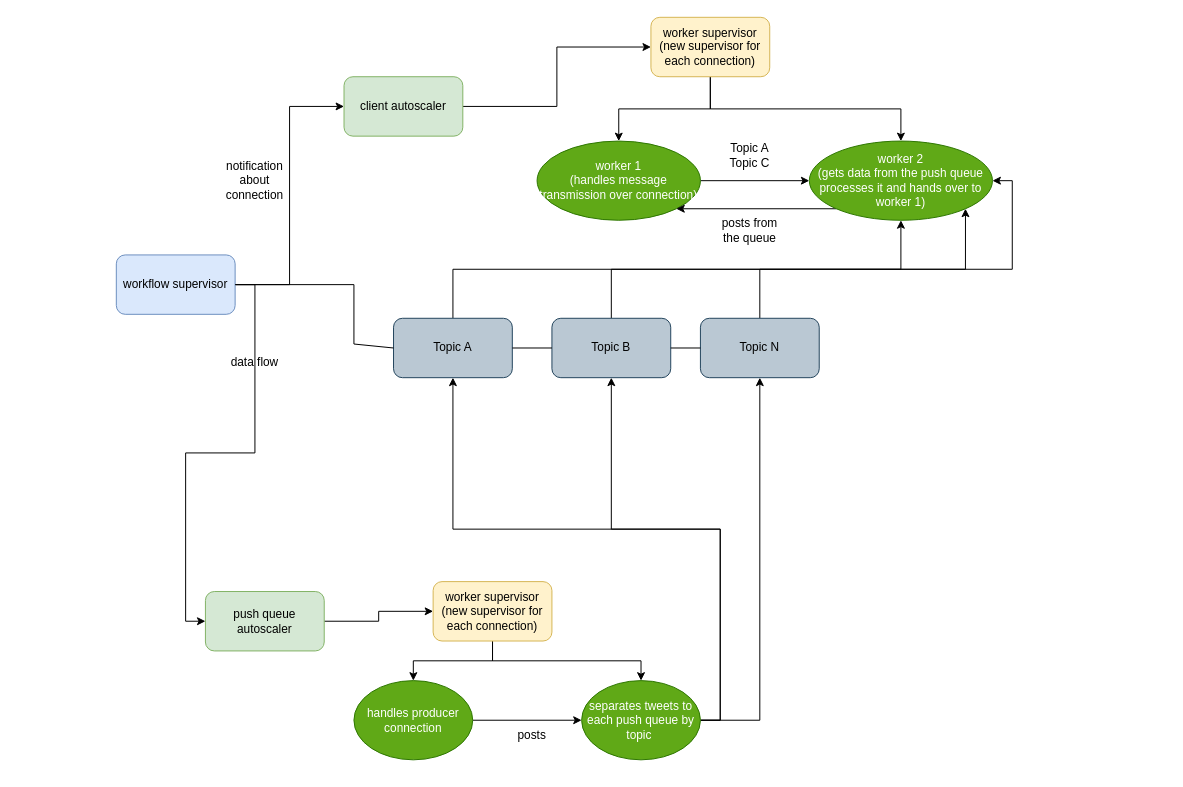
Earlier version of the draw.io diagram page "worker flow" (3 of 3) of Untitled Diagram.drawio (sandufurdui/Learn-Scala). Source tidied: cells renumbered, new cells numbered last; positions are measured from the earlier drawing's top-left corner, leaving out a move shared by most shapes. Both pictures are drawn from the tidied source at 99%, with x=0, y=0 at pixel (116, 17).
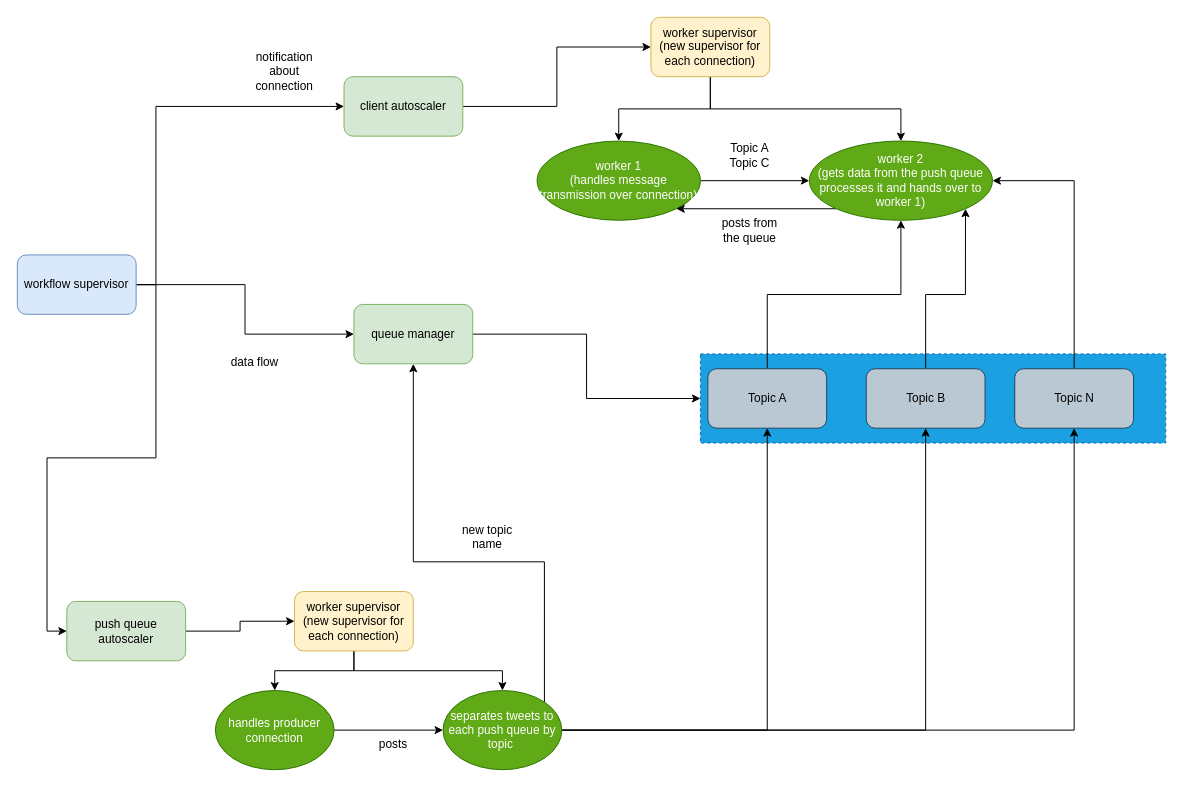
The same page after the edit.

Unchanged cells that the change refers to:
```xml
<mxCell id="7" value="client autoscaler" style="rounded=1;whiteSpace=wrap;html=1;fillColor=#d5e8d4;strokeColor=#82b366;" parent="1" vertex="1">
  <mxGeometry x="230" y="60" width="120" height="60" as="geometry" />
</mxCell>
```

Diff of the diagram source:
```diff
@@
+    <mxCell id="39" style="rounded=0;whiteSpace=wrap;html=1;fillColor=#1ba1e2;strokeColor=#006EAF;dashed=1;fontColor=#ffffff;" parent="1" vertex="1">
+      <mxGeometry x="590" y="340" width="470" height="90" as="geometry" />
+    </mxCell>
@@
     <mxCell id="12" value="push queue autoscaler" style="rounded=1;whiteSpace=wrap;html=1;fillColor=#d5e8d4;strokeColor=#82b366;" parent="1" vertex="1">
-      <mxGeometry x="90" y="580" width="120" height="60" as="geometry" />
+      <mxGeometry x="-50" y="590" width="120" height="60" as="geometry" />
     </mxCell>
@@
     <mxCell id="15" value="worker supervisor&lt;br&gt;(new supervisor for each connection)" style="rounded=1;whiteSpace=wrap;html=1;fillColor=#fff2cc;strokeColor=#d6b656;" parent="1" vertex="1">
-      <mxGeometry x="320" y="570" width="120" height="60" as="geometry" />
+      <mxGeometry x="180" y="580" width="120" height="60" as="geometry" />
     </mxCell>
@@
     <mxCell id="17" value="handles producer connection" style="ellipse;whiteSpace=wrap;html=1;fillColor=#60a917;fontColor=#ffffff;strokeColor=#2D7600;" parent="1" vertex="1">
-      <mxGeometry x="240" y="670" width="120" height="80" as="geometry" />
+      <mxGeometry x="100" y="680" width="120" height="80" as="geometry" />
     </mxCell>
@@
+    <mxCell id="40" style="edgeStyle=orthogonalEdgeStyle;rounded=0;jettySize=auto;html=1;exitX=1;exitY=0;exitDx=0;exitDy=0;entryX=0.5;entryY=1;entryDx=0;entryDy=0;" parent="1" edge="1" source="21" target="43">
+      <mxGeometry relative="1" as="geometry">
+        <Array as="points">
+          <mxPoint x="432" y="550" />
+          <mxPoint x="300" y="550" />
+        </Array>
+      </mxGeometry>
+    </mxCell>
     <mxCell id="21" value="separates tweets to each push queue by topic&amp;nbsp;" style="ellipse;whiteSpace=wrap;html=1;fillColor=#60a917;fontColor=#ffffff;strokeColor=#2D7600;" parent="1" vertex="1">
-      <mxGeometry x="470" y="670" width="120" height="80" as="geometry" />
+      <mxGeometry x="330" y="680" width="120" height="80" as="geometry" />
     </mxCell>
     <mxCell id="22" style="edgeStyle=orthogonalEdgeStyle;rounded=0;jettySize=auto;html=1;exitX=1;exitY=0.5;exitDx=0;exitDy=0;entryX=0;entryY=0.5;entryDx=0;entryDy=0;" parent="1" edge="1" source="24" target="7">
-      <mxGeometry relative="1" as="geometry" />
+      <mxGeometry relative="1" as="geometry">
+        <Array as="points">
+          <mxPoint x="40" y="270" />
+          <mxPoint x="40" y="90" />
+        </Array>
+      </mxGeometry>
     </mxCell>
@@
+    <mxCell id="41" style="edgeStyle=orthogonalEdgeStyle;rounded=0;jettySize=auto;html=1;entryX=0;entryY=0.5;entryDx=0;entryDy=0;" parent="1" edge="1" source="24" target="43">
+      <mxGeometry relative="1" as="geometry" />
+    </mxCell>
     <mxCell id="24" value="workflow supervisor" style="rounded=1;whiteSpace=wrap;html=1;fillColor=#dae8fc;strokeColor=#6c8ebf;" parent="1" vertex="1">
-      <mxGeometry y="240" width="120" height="60" as="geometry" />
+      <mxGeometry x="-100" y="240" width="120" height="60" as="geometry" />
     </mxCell>
@@
     <mxCell id="26" value="notification about connection" style="text;html=1;strokeColor=none;fillColor=none;align=center;verticalAlign=middle;whiteSpace=wrap;rounded=0;" parent="1" vertex="1">
-      <mxGeometry x="110" y="150" width="60" height="30" as="geometry" />
+      <mxGeometry x="140" y="40" width="60" height="30" as="geometry" />
     </mxCell>
@@
     <mxCell id="28" value="Topic A" style="rounded=1;whiteSpace=wrap;html=1;fillColor=#bac8d3;strokeColor=#23445d;" parent="1" vertex="1">
-      <mxGeometry x="280" y="304" width="120" height="60" as="geometry" />
+      <mxGeometry x="597.5" y="355" width="120" height="60" as="geometry" />
     </mxCell>
@@
     <mxCell id="30" value="Topic B" style="rounded=1;whiteSpace=wrap;html=1;fillColor=#bac8d3;strokeColor=#23445d;" parent="1" vertex="1">
-      <mxGeometry x="440" y="304" width="120" height="60" as="geometry" />
+      <mxGeometry x="757.5" y="355" width="120" height="60" as="geometry" />
     </mxCell>
@@
     <mxCell id="32" value="Topic N" style="rounded=1;whiteSpace=wrap;html=1;fillColor=#bac8d3;strokeColor=#23445d;" parent="1" vertex="1">
-      <mxGeometry x="590" y="304" width="120" height="60" as="geometry" />
+      <mxGeometry x="907.5" y="355" width="120" height="60" as="geometry" />
     </mxCell>
@@
-    <mxCell id="35" style="endArrow=none;html=1;rounded=0;exitX=1;exitY=0.5;exitDx=0;exitDy=0;entryX=0;entryY=0.5;entryDx=0;entryDy=0;" parent="1" edge="1" source="24" target="28">
-      <mxGeometry relative="1" as="geometry">
-        <Array as="points">
-          <mxPoint x="240" y="270" />
-          <mxPoint x="240" y="330" />
-        </Array>
-      </mxGeometry>
-    </mxCell>
     <mxCell id="36" value="posts" style="text;html=1;strokeColor=none;fillColor=none;align=center;verticalAlign=middle;whiteSpace=wrap;rounded=0;" parent="1" vertex="1">
-      <mxGeometry x="390" y="710" width="60" height="30" as="geometry" />
+      <mxGeometry x="250" y="720" width="60" height="30" as="geometry" />
     </mxCell>
-    <mxCell id="37" style="endArrow=none;html=1;rounded=0;entryX=0;entryY=0.5;entryDx=0;entryDy=0;exitX=1;exitY=0.5;exitDx=0;exitDy=0;" parent="1" edge="1" source="30" target="32">
-      <mxGeometry relative="1" as="geometry" />
-    </mxCell>
-    <mxCell id="38" style="endArrow=none;html=1;rounded=0;exitX=1;exitY=0.5;exitDx=0;exitDy=0;" parent="1" edge="1" source="28">
-      <mxGeometry relative="1" as="geometry">
-        <mxPoint x="440" y="334" as="targetPoint" />
-      </mxGeometry>
-    </mxCell>
+    <mxCell id="42" style="edgeStyle=orthogonalEdgeStyle;rounded=0;jettySize=auto;html=1;entryX=0;entryY=0.5;entryDx=0;entryDy=0;" parent="1" edge="1" source="43" target="39">
+      <mxGeometry relative="1" as="geometry" />
+    </mxCell>
+    <mxCell id="43" value="queue manager" style="rounded=1;whiteSpace=wrap;html=1;fillColor=#d5e8d4;strokeColor=#82b366;" parent="1" vertex="1">
+      <mxGeometry x="240" y="290" width="120" height="60" as="geometry" />
+    </mxCell>
+    <mxCell id="44" value="new topic name" style="text;html=1;strokeColor=none;fillColor=none;align=center;verticalAlign=middle;whiteSpace=wrap;rounded=0;shadow=1;" parent="1" vertex="1">
+      <mxGeometry x="345" y="510" width="60" height="30" as="geometry" />
+    </mxCell>
```
